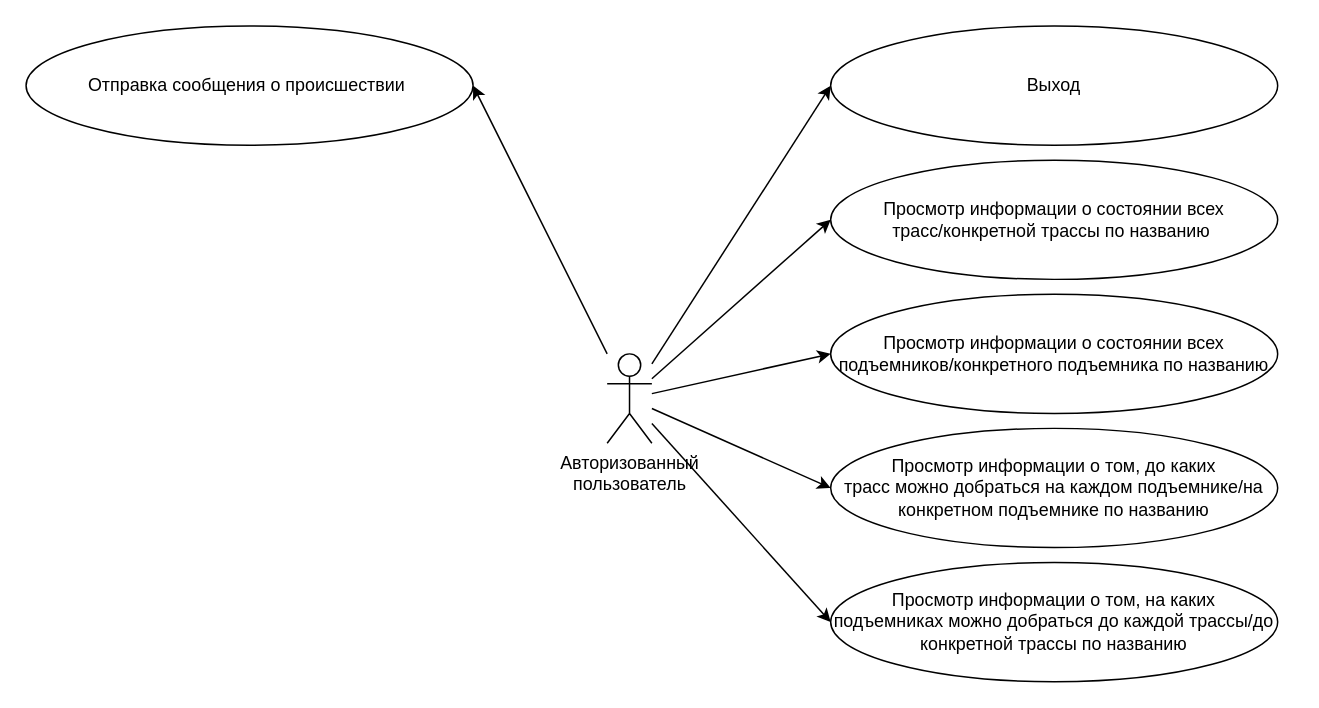
Earlier version of the draw.io diagram page "authorized" (2 of 4) of docs/imgs/use_case/use-case.drawio (alena-zayts/BMSTU_6sem_software_design). Source tidied: cells renumbered, new cells numbered last; positions are measured from the earlier drawing's top-left corner, leaving out a move shared by most shapes. Both pictures are drawn from the tidied source at 149%, with x=0, y=0 at pixel (25, 25).
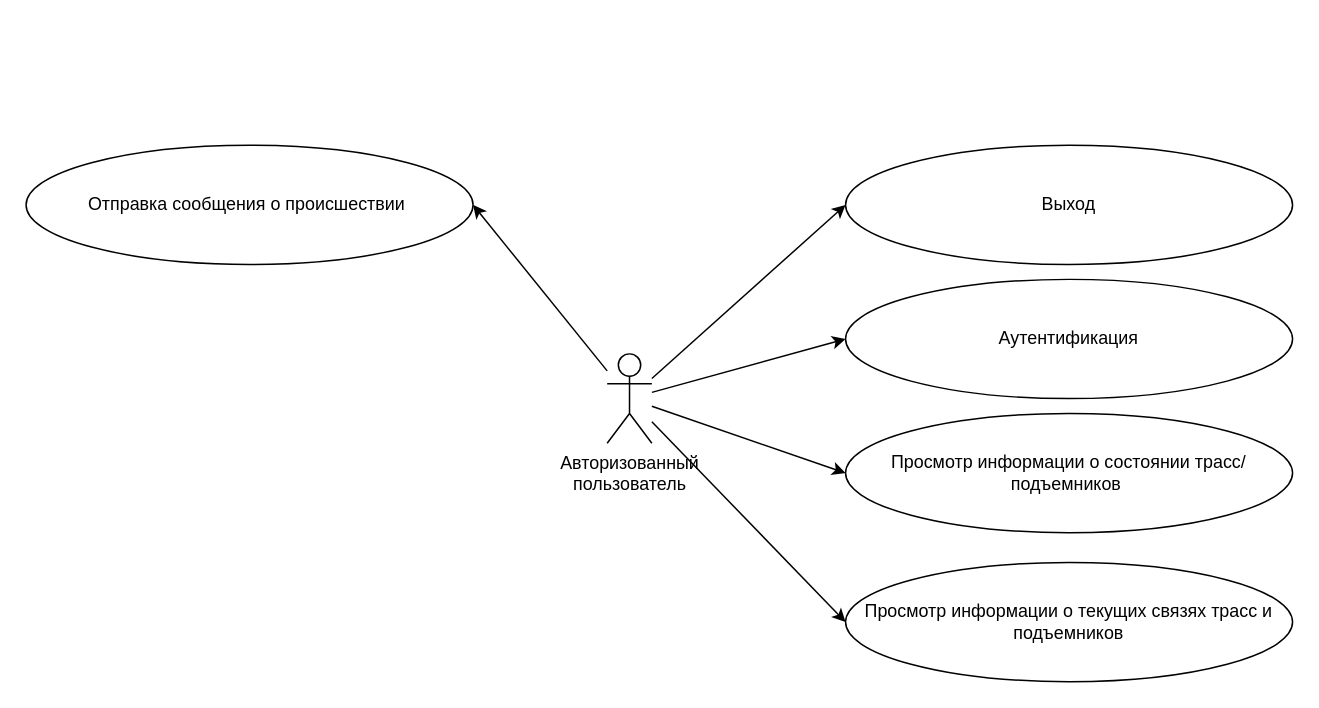
After the change.

What changed in the source:
```diff
@@
 <mxGraphModel>
   <root>
     <mxCell id="0" />
     <mxCell id="1" parent="0" />
     <mxCell id="2" style="rounded=0;jettySize=auto;html=1;entryX=0;entryY=0.5;entryDx=0;entryDy=0;" parent="1" edge="1" source="8" target="11">
       <mxGeometry relative="1" as="geometry" />
     </mxCell>
     <mxCell id="3" style="edgeStyle=none;rounded=0;jettySize=auto;html=1;entryX=1;entryY=0.5;entryDx=0;entryDy=0;" parent="1" edge="1" source="8" target="9">
       <mxGeometry relative="1" as="geometry" />
     </mxCell>
-    <mxCell id="4" style="edgeStyle=none;rounded=0;jettySize=auto;html=1;entryX=0;entryY=0.5;entryDx=0;entryDy=0;" parent="1" edge="1" source="8" target="10">
+    <mxCell id="4" style="edgeStyle=none;rounded=0;jettySize=auto;html=1;entryX=0;entryY=0.5;entryDx=0;entryDy=0;" parent="1" edge="1" source="8" target="15">
       <mxGeometry relative="1" as="geometry" />
     </mxCell>
-    <mxCell id="5" style="edgeStyle=none;rounded=0;jettySize=auto;html=1;entryX=0;entryY=0.5;entryDx=0;entryDy=0;" parent="1" edge="1" source="8" target="12">
-      <mxGeometry relative="1" as="geometry" />
-    </mxCell>
-    <mxCell id="6" style="edgeStyle=none;rounded=0;jettySize=auto;html=1;entryX=0;entryY=0.5;entryDx=0;entryDy=0;" parent="1" edge="1" source="8" target="13">
+    <mxCell id="6" style="edgeStyle=none;rounded=0;jettySize=auto;html=1;entryX=0;entryY=0.5;entryDx=0;entryDy=0;" parent="1" edge="1" source="8" target="16">
       <mxGeometry relative="1" as="geometry" />
     </mxCell>
-    <mxCell id="7" style="edgeStyle=none;rounded=0;jettySize=auto;html=1;entryX=0;entryY=0.5;entryDx=0;entryDy=0;" parent="1" edge="1" source="8" target="14">
+    <mxCell id="7" style="edgeStyle=none;rounded=0;jettySize=auto;html=1;entryX=0;entryY=0.5;entryDx=0;entryDy=0;" parent="1" edge="1" source="8" target="17">
       <mxGeometry relative="1" as="geometry" />
     </mxCell>
     <mxCell id="8" value="Авторизованный &lt;br&gt;пользователь" style="shape=umlActor;verticalLabelPosition=bottom;verticalAlign=top;html=1;outlineConnect=0;" parent="1" vertex="1">
       <mxGeometry x="390" y="220" width="30" height="60" as="geometry" />
     </mxCell>
     <mxCell id="9" value="Отправка сообщения о происшествии&amp;nbsp;" style="ellipse;whiteSpace=wrap;html=1;" parent="1" vertex="1">
-      <mxGeometry width="300" height="80" as="geometry" />
+      <mxGeometry y="80" width="300" height="80" as="geometry" />
     </mxCell>
-    <mxCell id="10" value="Просмотр информации о состоянии всех &lt;br&gt;трасс/конкретной трассы по названию&amp;nbsp;" style="ellipse;whiteSpace=wrap;html=1;" parent="1" vertex="1">
-      <mxGeometry x="540" y="90" width="300" height="80" as="geometry" />
-    </mxCell>
     <mxCell id="11" value="Выход" style="ellipse;whiteSpace=wrap;html=1;" parent="1" vertex="1">
-      <mxGeometry x="540" width="300" height="80" as="geometry" />
+      <mxGeometry x="550" y="80" width="300" height="80" as="geometry" />
     </mxCell>
-    <mxCell id="12" value="Просмотр информации о состоянии всех подъемников/конкретного подъемника по названию" style="ellipse;whiteSpace=wrap;html=1;" parent="1" vertex="1">
-      <mxGeometry x="540" y="180" width="300" height="80" as="geometry" />
-    </mxCell>
-    <mxCell id="13" value="Просмотр информации о том, до каких &lt;br&gt;трасс можно добраться на каждом подъемнике/на конкретном подъемнике по названию" style="ellipse;whiteSpace=wrap;html=1;" parent="1" vertex="1">
-      <mxGeometry x="540" y="270" width="300" height="80" as="geometry" />
-    </mxCell>
-    <mxCell id="14" value="Просмотр информации о том, на каких &lt;br&gt;подъемниках можно добраться до каждой трассы/до конкретной трассы по названию" style="ellipse;whiteSpace=wrap;html=1;" parent="1" vertex="1">
-      <mxGeometry x="540" y="360" width="300" height="80" as="geometry" />
-    </mxCell>
+    <mxCell id="15" value="Аутентификация" style="ellipse;whiteSpace=wrap;html=1;" parent="1" vertex="1">
+      <mxGeometry x="550" y="170" width="300" height="80" as="geometry" />
+    </mxCell>
+    <mxCell id="16" value="Просмотр информации о состоянии трасс/подъемников&amp;nbsp;" style="ellipse;whiteSpace=wrap;html=1;" parent="1" vertex="1">
+      <mxGeometry x="550" y="260" width="300" height="80" as="geometry" />
+    </mxCell>
+    <mxCell id="17" value="Просмотр информации о текущих связях трасс и подъемников" style="ellipse;whiteSpace=wrap;html=1;" parent="1" vertex="1">
+      <mxGeometry x="550" y="360" width="300" height="80" as="geometry" />
+    </mxCell>
   </root>
 </mxGraphModel>
```
